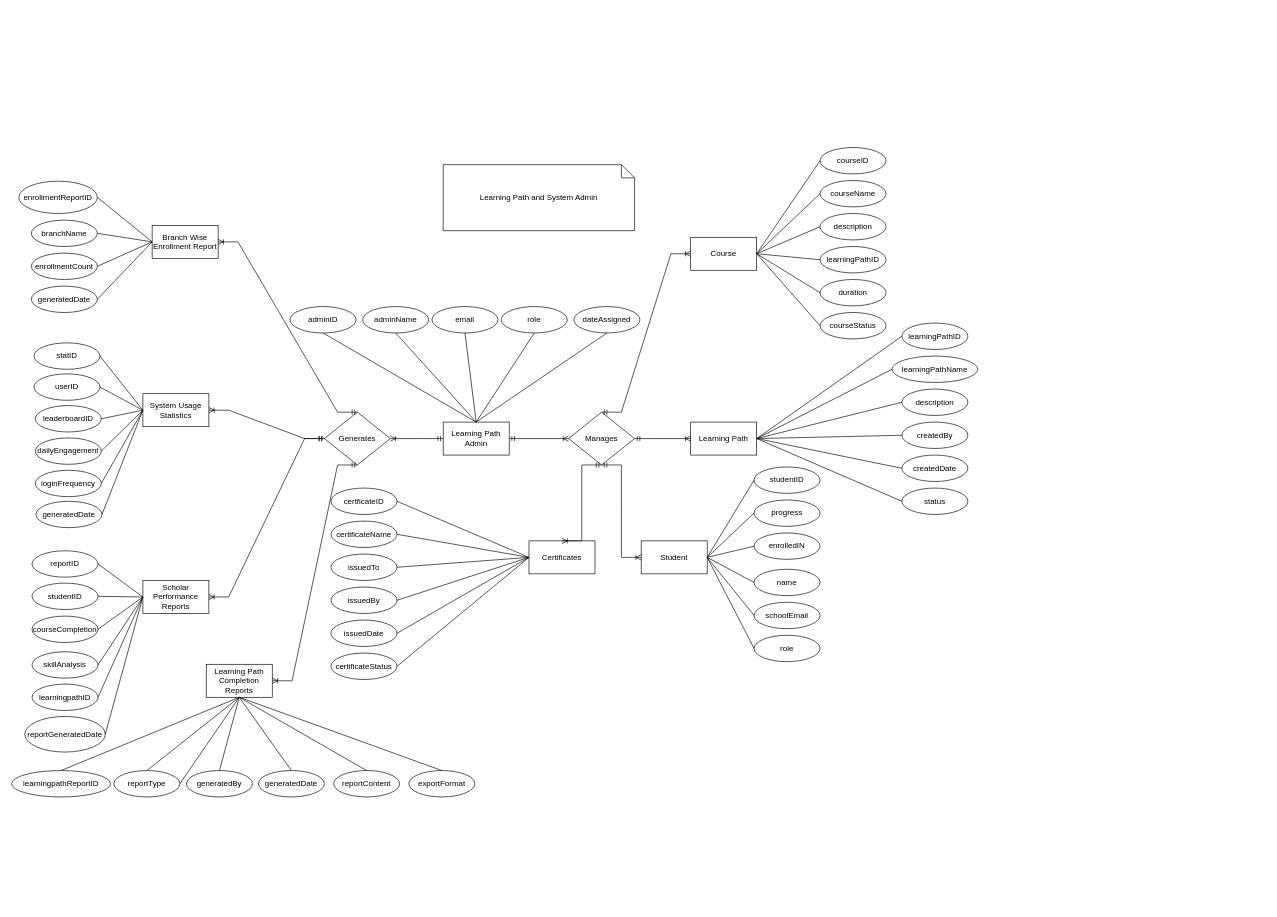
Before: page "Page-4" (2 of 3) of SL-Activities/Task121/.drawio in rnrhltn/javanc3uc1, a draw.io diagram. Source tidied: cells renumbered, new cells numbered last; positions are measured from the earlier drawing's top-left corner, leaving out a move shared by most shapes. Both pictures are drawn from the tidied source at 66%, with x=0, y=0 at pixel (11, 147).
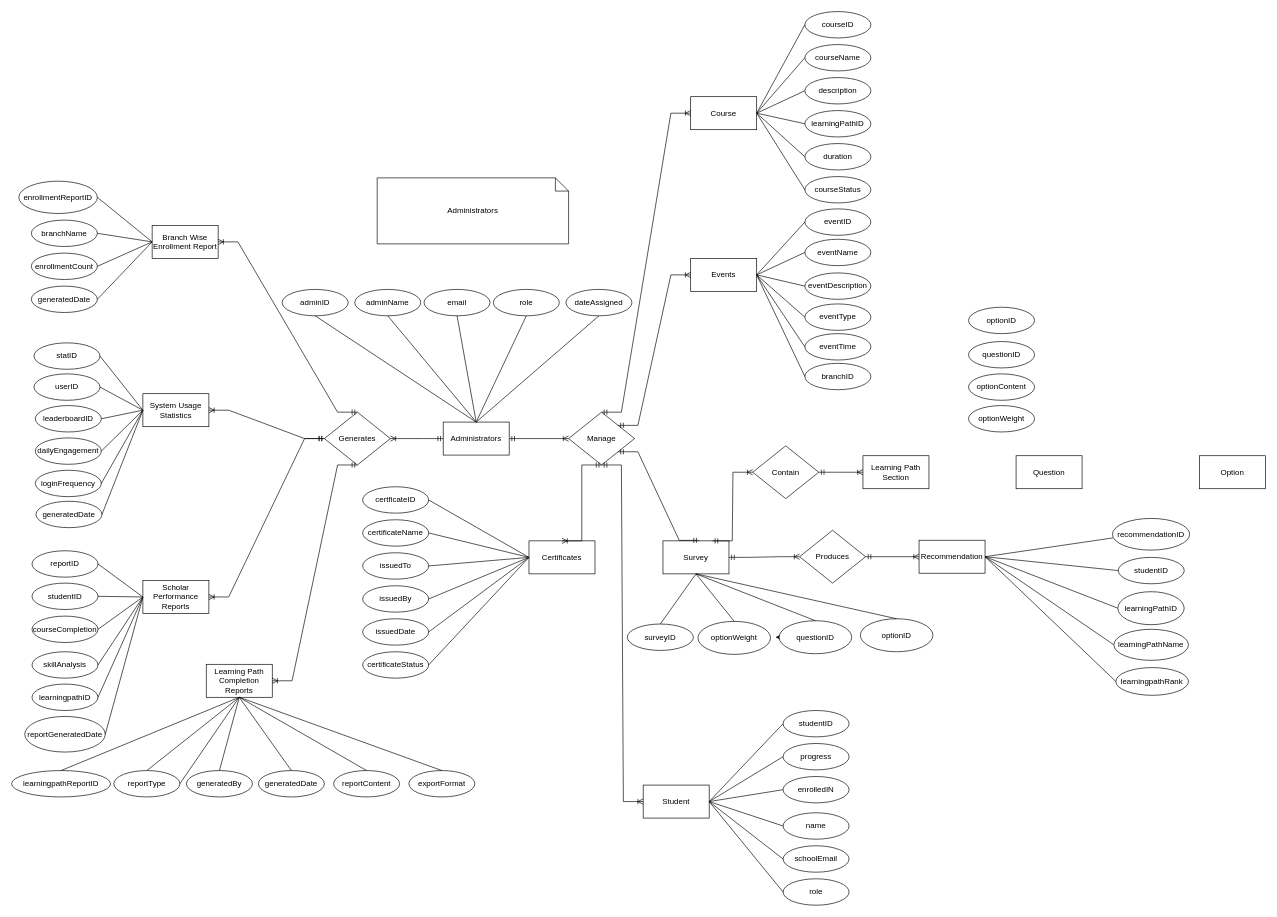
The same page after the edit.

What changed in the source:
```diff
@@
-    <mxCell id="2" value="Learning Path and System Admin" style="shape=note;size=20;whiteSpace=wrap;html=1;" parent="1" vertex="1">
-      <mxGeometry x="654" y="26" width="290" height="100" as="geometry" />
+    <mxCell id="2" value="Administrators" style="shape=note;size=20;whiteSpace=wrap;html=1;" parent="1" vertex="1">
+      <mxGeometry x="554" y="46" width="290" height="100" as="geometry" />
     </mxCell>
-    <mxCell id="3" value="Learning Path Admin" style="html=1;dashed=0;whiteSpace=wrap;" parent="1" vertex="1">
+    <mxCell id="3" value="Administrators" style="html=1;dashed=0;whiteSpace=wrap;" parent="1" vertex="1">
       <mxGeometry x="654" y="416" width="100" height="50" as="geometry" />
     </mxCell>
-    <mxCell id="4" value="Manages" style="shape=rhombus;html=1;dashed=0;whiteSpace=wrap;perimeter=rhombusPerimeter;" parent="1" vertex="1">
+    <mxCell id="4" value="Manage" style="shape=rhombus;html=1;dashed=0;whiteSpace=wrap;perimeter=rhombusPerimeter;" parent="1" vertex="1">
       <mxGeometry x="844" y="401" width="100" height="80" as="geometry" />
     </mxCell>
-    <mxCell id="5" value="Learning Path" style="html=1;dashed=0;whiteSpace=wrap;" parent="1" vertex="1">
-      <mxGeometry x="1029" y="416" width="100" height="50" as="geometry" />
+    <mxCell id="5" value="Recommendation" style="html=1;dashed=0;whiteSpace=wrap;" parent="1" vertex="1">
+      <mxGeometry x="1375" y="595" width="100" height="50" as="geometry" />
     </mxCell>
     <mxCell id="6" value="Course" style="html=1;dashed=0;whiteSpace=wrap;" parent="1" vertex="1">
-      <mxGeometry x="1029" y="136" width="100" height="50" as="geometry" />
+      <mxGeometry x="1029" y="-77" width="100" height="50" as="geometry" />
     </mxCell>
     <mxCell id="7" value="Student" style="html=1;dashed=0;whiteSpace=wrap;" parent="1" vertex="1">
-      <mxGeometry x="954" y="596" width="100" height="50" as="geometry" />
+      <mxGeometry x="957" y="966" width="100" height="50" as="geometry" />
     </mxCell>
@@
-    <mxCell id="9" style="edgeStyle=entityRelationEdgeStyle;fontSize=12;html=1;endArrow=ERoneToMany;startArrow=ERmandOne;rounded=0;exitX=1;exitY=0.5;exitDx=0;exitDy=0;entryX=0;entryY=0.5;entryDx=0;entryDy=0;" parent="1" edge="1" source="4" target="5">
-      <mxGeometry relative="1" as="geometry" />
-    </mxCell>
@@
     <mxCell id="20" value="adminID" style="ellipse;whiteSpace=wrap;html=1;align=center;" parent="1" vertex="1">
-      <mxGeometry x="422" y="241" width="100" height="40" as="geometry" />
+      <mxGeometry x="410" y="215" width="100" height="40" as="geometry" />
     </mxCell>
     <mxCell id="21" value="adminName" style="ellipse;whiteSpace=wrap;html=1;align=center;" parent="1" vertex="1">
-      <mxGeometry x="532" y="241" width="100" height="40" as="geometry" />
+      <mxGeometry x="520" y="215" width="100" height="40" as="geometry" />
     </mxCell>
     <mxCell id="22" value="email" style="ellipse;whiteSpace=wrap;html=1;align=center;" parent="1" vertex="1">
-      <mxGeometry x="637" y="241" width="100" height="40" as="geometry" />
+      <mxGeometry x="625" y="215" width="100" height="40" as="geometry" />
     </mxCell>
     <mxCell id="23" value="role" style="ellipse;whiteSpace=wrap;html=1;align=center;" parent="1" vertex="1">
-      <mxGeometry x="742" y="241" width="100" height="40" as="geometry" />
+      <mxGeometry x="730" y="215" width="100" height="40" as="geometry" />
     </mxCell>
     <mxCell id="24" value="dateAssigned" style="ellipse;whiteSpace=wrap;html=1;align=center;" parent="1" vertex="1">
-      <mxGeometry x="852" y="241" width="100" height="40" as="geometry" />
+      <mxGeometry x="840" y="215" width="100" height="40" as="geometry" />
     </mxCell>
@@
-    <mxCell id="36" value="learningPathID" style="ellipse;whiteSpace=wrap;html=1;align=center;" parent="1" vertex="1">
-      <mxGeometry x="1349" y="266" width="100" height="40" as="geometry" />
-    </mxCell>
-    <mxCell id="37" value="learningPathName" style="ellipse;whiteSpace=wrap;html=1;align=center;" parent="1" vertex="1">
-      <mxGeometry x="1334" y="316" width="130" height="40" as="geometry" />
-    </mxCell>
-    <mxCell id="38" value="description" style="ellipse;whiteSpace=wrap;html=1;align=center;" parent="1" vertex="1">
-      <mxGeometry x="1349" y="366" width="100" height="40" as="geometry" />
-    </mxCell>
-    <mxCell id="39" value="createdBy" style="ellipse;whiteSpace=wrap;html=1;align=center;" parent="1" vertex="1">
-      <mxGeometry x="1349" y="416" width="100" height="40" as="geometry" />
-    </mxCell>
-    <mxCell id="40" value="createdDate" style="ellipse;whiteSpace=wrap;html=1;align=center;" parent="1" vertex="1">
-      <mxGeometry x="1349" y="466" width="100" height="40" as="geometry" />
-    </mxCell>
-    <mxCell id="41" value="status" style="ellipse;whiteSpace=wrap;html=1;align=center;" parent="1" vertex="1">
-      <mxGeometry x="1349" y="516" width="100" height="40" as="geometry" />
-    </mxCell>
-    <mxCell id="42" style="endArrow=none;html=1;rounded=0;entryX=0;entryY=0.5;entryDx=0;entryDy=0;exitX=1;exitY=0.5;exitDx=0;exitDy=0;" parent="1" edge="1" source="5" target="36">
+    <mxCell id="42" style="endArrow=none;html=1;rounded=0;exitX=1;exitY=0.5;exitDx=0;exitDy=0;entryX=0.007;entryY=0.615;entryDx=0;entryDy=0;entryPerimeter=0;" parent="1" edge="1" source="5" target="162">
       <mxGeometry relative="1" as="geometry" />
     </mxCell>
-    <mxCell id="43" style="endArrow=none;html=1;rounded=0;entryX=0;entryY=0.5;entryDx=0;entryDy=0;exitX=1;exitY=0.5;exitDx=0;exitDy=0;" parent="1" edge="1" source="5" target="37">
+    <mxCell id="43" style="endArrow=none;html=1;rounded=0;entryX=0;entryY=0.5;entryDx=0;entryDy=0;exitX=1;exitY=0.5;exitDx=0;exitDy=0;" parent="1" edge="1" source="5" target="163">
       <mxGeometry relative="1" as="geometry" />
     </mxCell>
-    <mxCell id="44" style="endArrow=none;html=1;rounded=0;entryX=0;entryY=0.5;entryDx=0;entryDy=0;exitX=1;exitY=0.5;exitDx=0;exitDy=0;" parent="1" edge="1" source="5" target="38">
+    <mxCell id="44" style="endArrow=none;html=1;rounded=0;entryX=0;entryY=0.5;entryDx=0;entryDy=0;exitX=1;exitY=0.5;exitDx=0;exitDy=0;" parent="1" edge="1" source="5" target="36">
       <mxGeometry relative="1" as="geometry" />
     </mxCell>
-    <mxCell id="45" style="endArrow=none;html=1;rounded=0;entryX=0;entryY=0.5;entryDx=0;entryDy=0;exitX=1;exitY=0.5;exitDx=0;exitDy=0;" parent="1" edge="1" source="5" target="39">
+    <mxCell id="45" style="endArrow=none;html=1;rounded=0;entryX=0;entryY=0.5;entryDx=0;entryDy=0;exitX=1;exitY=0.5;exitDx=0;exitDy=0;" parent="1" edge="1" source="5" target="37">
       <mxGeometry relative="1" as="geometry" />
     </mxCell>
-    <mxCell id="46" style="endArrow=none;html=1;rounded=0;entryX=0;entryY=0.5;entryDx=0;entryDy=0;exitX=1;exitY=0.5;exitDx=0;exitDy=0;" parent="1" edge="1" source="5" target="40">
+    <mxCell id="46" style="endArrow=none;html=1;rounded=0;exitX=1;exitY=0.5;exitDx=0;exitDy=0;entryX=0;entryY=0.5;entryDx=0;entryDy=0;" parent="1" edge="1" source="5" target="164">
       <mxGeometry relative="1" as="geometry" />
     </mxCell>
-    <mxCell id="47" style="endArrow=none;html=1;rounded=0;entryX=0;entryY=0.5;entryDx=0;entryDy=0;exitX=1;exitY=0.5;exitDx=0;exitDy=0;" parent="1" edge="1" source="5" target="41">
-      <mxGeometry relative="1" as="geometry" />
-    </mxCell>
     <mxCell id="48" value="studentID" style="ellipse;whiteSpace=wrap;html=1;align=center;" parent="1" vertex="1">
-      <mxGeometry x="1125" y="484" width="100" height="40" as="geometry" />
+      <mxGeometry x="1169" y="853" width="100" height="40" as="geometry" />
     </mxCell>
     <mxCell id="49" value="name" style="ellipse;whiteSpace=wrap;html=1;align=center;" parent="1" vertex="1">
-      <mxGeometry x="1125" y="639" width="100" height="40" as="geometry" />
+      <mxGeometry x="1169" y="1008" width="100" height="40" as="geometry" />
     </mxCell>
     <mxCell id="50" value="schoolEmail" style="ellipse;whiteSpace=wrap;html=1;align=center;" parent="1" vertex="1">
-      <mxGeometry x="1125" y="689" width="100" height="40" as="geometry" />
+      <mxGeometry x="1169" y="1058" width="100" height="40" as="geometry" />
     </mxCell>
     <mxCell id="51" value="role" style="ellipse;whiteSpace=wrap;html=1;align=center;" parent="1" vertex="1">
-      <mxGeometry x="1125" y="739" width="100" height="40" as="geometry" />
+      <mxGeometry x="1169" y="1108" width="100" height="40" as="geometry" />
     </mxCell>
     <mxCell id="52" value="enrolledIN" style="ellipse;whiteSpace=wrap;html=1;align=center;" parent="1" vertex="1">
-      <mxGeometry x="1125" y="584" width="100" height="40" as="geometry" />
+      <mxGeometry x="1169" y="953" width="100" height="40" as="geometry" />
     </mxCell>
     <mxCell id="53" value="progress" style="ellipse;whiteSpace=wrap;html=1;align=center;" parent="1" vertex="1">
-      <mxGeometry x="1125" y="534" width="100" height="40" as="geometry" />
+      <mxGeometry x="1169" y="903" width="100" height="40" as="geometry" />
     </mxCell>
@@
     <mxCell id="60" value="&lt;div&gt;courseID&lt;/div&gt;" style="ellipse;whiteSpace=wrap;html=1;align=center;" parent="1" vertex="1">
-      <mxGeometry x="1225" width="100" height="40" as="geometry" />
+      <mxGeometry x="1202" y="-206" width="100" height="40" as="geometry" />
     </mxCell>
     <mxCell id="61" value="&lt;div&gt;courseName&lt;/div&gt;" style="ellipse;whiteSpace=wrap;html=1;align=center;" parent="1" vertex="1">
-      <mxGeometry x="1225" y="50" width="100" height="40" as="geometry" />
+      <mxGeometry x="1202" y="-156" width="100" height="40" as="geometry" />
     </mxCell>
     <mxCell id="62" value="&lt;div&gt;description&lt;/div&gt;" style="ellipse;whiteSpace=wrap;html=1;align=center;" parent="1" vertex="1">
-      <mxGeometry x="1225" y="100" width="100" height="40" as="geometry" />
+      <mxGeometry x="1202" y="-106" width="100" height="40" as="geometry" />
     </mxCell>
     <mxCell id="63" value="&lt;div&gt;learningPathID&lt;/div&gt;" style="ellipse;whiteSpace=wrap;html=1;align=center;" parent="1" vertex="1">
-      <mxGeometry x="1225" y="150" width="100" height="40" as="geometry" />
+      <mxGeometry x="1202" y="-56" width="100" height="40" as="geometry" />
     </mxCell>
     <mxCell id="64" value="&lt;div&gt;courseStatus&lt;/div&gt;" style="ellipse;whiteSpace=wrap;html=1;align=center;" parent="1" vertex="1">
-      <mxGeometry x="1225" y="250" width="100" height="40" as="geometry" />
+      <mxGeometry x="1202" y="44" width="100" height="40" as="geometry" />
     </mxCell>
@@
     <mxCell id="70" value="&lt;div&gt;duration&lt;/div&gt;" style="ellipse;whiteSpace=wrap;html=1;align=center;" parent="1" vertex="1">
-      <mxGeometry x="1225" y="200" width="100" height="40" as="geometry" />
+      <mxGeometry x="1202" y="-6" width="100" height="40" as="geometry" />
     </mxCell>
@@
     <mxCell id="73" value="certficateID" style="ellipse;whiteSpace=wrap;html=1;align=center;" parent="1" vertex="1">
-      <mxGeometry x="484" y="516" width="100" height="40" as="geometry" />
+      <mxGeometry x="532" y="514" width="100" height="40" as="geometry" />
     </mxCell>
@@
     <mxCell id="75" value="certificateName" style="ellipse;whiteSpace=wrap;html=1;align=center;" parent="1" vertex="1">
-      <mxGeometry x="484" y="566" width="100" height="40" as="geometry" />
+      <mxGeometry x="532" y="564" width="100" height="40" as="geometry" />
     </mxCell>
     <mxCell id="76" value="issuedTo" style="ellipse;whiteSpace=wrap;html=1;align=center;" parent="1" vertex="1">
-      <mxGeometry x="484" y="616" width="100" height="40" as="geometry" />
+      <mxGeometry x="532" y="614" width="100" height="40" as="geometry" />
     </mxCell>
     <mxCell id="77" value="issuedBy" style="ellipse;whiteSpace=wrap;html=1;align=center;" parent="1" vertex="1">
-      <mxGeometry x="484" y="666" width="100" height="40" as="geometry" />
+      <mxGeometry x="532" y="664" width="100" height="40" as="geometry" />
     </mxCell>
     <mxCell id="78" value="issuedDate" style="ellipse;whiteSpace=wrap;html=1;align=center;" parent="1" vertex="1">
-      <mxGeometry x="484" y="716" width="100" height="40" as="geometry" />
+      <mxGeometry x="532" y="714" width="100" height="40" as="geometry" />
     </mxCell>
     <mxCell id="79" value="certificateStatus" style="ellipse;whiteSpace=wrap;html=1;align=center;" parent="1" vertex="1">
-      <mxGeometry x="484" y="766" width="100" height="40" as="geometry" />
+      <mxGeometry x="532" y="764" width="100" height="40" as="geometry" />
     </mxCell>
@@
+    <mxCell id="128" value="eventDescription" style="ellipse;whiteSpace=wrap;html=1;align=center;" parent="1" vertex="1">
+      <mxGeometry x="1202" y="190" width="100" height="40" as="geometry" />
+    </mxCell>
+    <mxCell id="129" value="eventTime" style="ellipse;whiteSpace=wrap;html=1;align=center;" parent="1" vertex="1">
+      <mxGeometry x="1202" y="282" width="100" height="40" as="geometry" />
+    </mxCell>
+    <mxCell id="130" value="eventType" style="ellipse;whiteSpace=wrap;html=1;align=center;" parent="1" vertex="1">
+      <mxGeometry x="1202" y="237" width="100" height="40" as="geometry" />
+    </mxCell>
+    <mxCell id="131" value="branchID" style="ellipse;whiteSpace=wrap;html=1;align=center;" parent="1" vertex="1">
+      <mxGeometry x="1202" y="327" width="100" height="40" as="geometry" />
+    </mxCell>
+    <mxCell id="132" style="edgeStyle=orthogonalEdgeStyle;rounded=0;jettySize=auto;html=1;exitX=0;exitY=0.5;exitDx=0;exitDy=0;" parent="1" edge="1" source="133">
+      <mxGeometry relative="1" as="geometry">
+        <mxPoint x="1157.5" y="742.3" as="targetPoint" />
+      </mxGeometry>
+    </mxCell>
+    <mxCell id="133" value="questionID" style="ellipse;whiteSpace=wrap;html=1;align=center;" parent="1" vertex="1">
+      <mxGeometry x="1163" y="717" width="110" height="50" as="geometry" />
+    </mxCell>
+    <mxCell id="134" value="optionWeight" style="ellipse;whiteSpace=wrap;html=1;align=center;" parent="1" vertex="1">
+      <mxGeometry x="1040" y="718" width="110" height="50" as="geometry" />
+    </mxCell>
+    <mxCell id="135" value="Events" style="html=1;dashed=0;whiteSpace=wrap;" parent="1" vertex="1">
+      <mxGeometry x="1029" y="168" width="100" height="50" as="geometry" />
+    </mxCell>
+    <mxCell id="136" style="edgeStyle=entityRelationEdgeStyle;fontSize=12;html=1;endArrow=ERoneToMany;startArrow=ERmandOne;rounded=0;entryX=0;entryY=0.5;entryDx=0;entryDy=0;exitX=1;exitY=0;exitDx=0;exitDy=0;" parent="1" edge="1" source="4" target="135">
+      <mxGeometry relative="1" as="geometry" />
+    </mxCell>
+    <mxCell id="137" value="eventID" style="ellipse;whiteSpace=wrap;html=1;align=center;" parent="1" vertex="1">
+      <mxGeometry x="1202" y="93" width="100" height="40" as="geometry" />
+    </mxCell>
+    <mxCell id="138" value="eventName" style="ellipse;whiteSpace=wrap;html=1;align=center;" parent="1" vertex="1">
+      <mxGeometry x="1202" y="139" width="100" height="40" as="geometry" />
+    </mxCell>
+    <mxCell id="139" style="endArrow=none;html=1;rounded=0;exitX=1;exitY=0.5;exitDx=0;exitDy=0;entryX=0;entryY=0.5;entryDx=0;entryDy=0;" parent="1" edge="1" source="135" target="137">
+      <mxGeometry relative="1" as="geometry" />
+    </mxCell>
+    <mxCell id="140" style="endArrow=none;html=1;rounded=0;entryX=0;entryY=0.5;entryDx=0;entryDy=0;exitX=1;exitY=0.5;exitDx=0;exitDy=0;" parent="1" edge="1" source="135" target="138">
+      <mxGeometry relative="1" as="geometry" />
+    </mxCell>
+    <mxCell id="141" style="endArrow=none;html=1;rounded=0;exitX=1;exitY=0.5;exitDx=0;exitDy=0;entryX=0;entryY=0.5;entryDx=0;entryDy=0;" parent="1" edge="1" source="135" target="128">
+      <mxGeometry relative="1" as="geometry" />
+    </mxCell>
+    <mxCell id="142" style="endArrow=none;html=1;rounded=0;exitX=1;exitY=0.5;exitDx=0;exitDy=0;entryX=0;entryY=0.5;entryDx=0;entryDy=0;" parent="1" edge="1" source="135" target="130">
+      <mxGeometry relative="1" as="geometry" />
+    </mxCell>
+    <mxCell id="143" style="endArrow=none;html=1;rounded=0;entryX=0;entryY=0.5;entryDx=0;entryDy=0;exitX=1;exitY=0.5;exitDx=0;exitDy=0;" parent="1" edge="1" source="135" target="129">
+      <mxGeometry relative="1" as="geometry" />
+    </mxCell>
+    <mxCell id="144" style="endArrow=none;html=1;rounded=0;exitX=0;exitY=0.5;exitDx=0;exitDy=0;entryX=1;entryY=0.5;entryDx=0;entryDy=0;" parent="1" edge="1" source="131" target="135">
+      <mxGeometry relative="1" as="geometry" />
+    </mxCell>
+    <mxCell id="145" value="Survey" style="html=1;dashed=0;whiteSpace=wrap;" parent="1" vertex="1">
+      <mxGeometry x="987" y="596" width="100" height="50" as="geometry" />
+    </mxCell>
+    <mxCell id="146" style="edgeStyle=entityRelationEdgeStyle;fontSize=12;html=1;endArrow=ERmandOne;startArrow=ERmandOne;rounded=0;exitX=1;exitY=1;exitDx=0;exitDy=0;entryX=0.547;entryY=-0.015;entryDx=0;entryDy=0;entryPerimeter=0;" parent="1" edge="1" source="4" target="145">
+      <mxGeometry relative="1" as="geometry" />
+    </mxCell>
+    <mxCell id="147" value="surveyID" style="ellipse;whiteSpace=wrap;html=1;align=center;" parent="1" vertex="1">
+      <mxGeometry x="933" y="722" width="100" height="40" as="geometry" />
+    </mxCell>
+    <mxCell id="148" style="endArrow=none;html=1;rounded=0;entryX=0.5;entryY=0;entryDx=0;entryDy=0;exitX=0.5;exitY=1;exitDx=0;exitDy=0;" parent="1" edge="1" source="145" target="147">
+      <mxGeometry relative="1" as="geometry" />
+    </mxCell>
+    <mxCell id="149" style="endArrow=none;html=1;rounded=0;exitX=0.5;exitY=1;exitDx=0;exitDy=0;entryX=0.5;entryY=0;entryDx=0;entryDy=0;" parent="1" edge="1" source="145" target="133">
+      <mxGeometry relative="1" as="geometry" />
+    </mxCell>
+    <mxCell id="150" style="endArrow=none;html=1;rounded=0;entryX=0.5;entryY=0;entryDx=0;entryDy=0;exitX=0.5;exitY=1;exitDx=0;exitDy=0;" parent="1" edge="1" source="145" target="134">
+      <mxGeometry relative="1" as="geometry" />
+    </mxCell>
+    <mxCell id="151" value="Produces" style="shape=rhombus;html=1;dashed=0;whiteSpace=wrap;perimeter=rhombusPerimeter;" parent="1" vertex="1">
+      <mxGeometry x="1194" y="580" width="100" height="80" as="geometry" />
+    </mxCell>
+    <mxCell id="152" style="edgeStyle=entityRelationEdgeStyle;fontSize=12;html=1;endArrow=ERoneToMany;startArrow=ERmandOne;rounded=0;exitX=1;exitY=0.5;exitDx=0;exitDy=0;entryX=0;entryY=0.5;entryDx=0;entryDy=0;" parent="1" edge="1" source="145" target="151">
+      <mxGeometry relative="1" as="geometry" />
+    </mxCell>
+    <mxCell id="153" style="edgeStyle=entityRelationEdgeStyle;fontSize=12;html=1;endArrow=ERoneToMany;startArrow=ERmandOne;rounded=0;exitX=1;exitY=0.5;exitDx=0;exitDy=0;entryX=0;entryY=0.5;entryDx=0;entryDy=0;" parent="1" edge="1" source="151" target="5">
+      <mxGeometry relative="1" as="geometry" />
+    </mxCell>
+    <mxCell id="154" value="Contain" style="shape=rhombus;html=1;dashed=0;whiteSpace=wrap;perimeter=rhombusPerimeter;" parent="1" vertex="1">
+      <mxGeometry x="1123" y="452" width="100" height="80" as="geometry" />
+    </mxCell>
+    <mxCell id="155" style="edgeStyle=entityRelationEdgeStyle;fontSize=12;html=1;endArrow=ERoneToMany;startArrow=ERmandOne;rounded=0;exitX=0.75;exitY=0;exitDx=0;exitDy=0;entryX=0;entryY=0.5;entryDx=0;entryDy=0;" parent="1" edge="1" source="145" target="154">
+      <mxGeometry relative="1" as="geometry" />
+    </mxCell>
+    <mxCell id="156" value="Learning Path Section" style="html=1;dashed=0;whiteSpace=wrap;" parent="1" vertex="1">
+      <mxGeometry x="1290" y="467" width="100" height="50" as="geometry" />
+    </mxCell>
+    <mxCell id="157" style="edgeStyle=entityRelationEdgeStyle;fontSize=12;html=1;endArrow=ERoneToMany;startArrow=ERmandOne;rounded=0;entryX=0;entryY=0.5;entryDx=0;entryDy=0;exitX=1;exitY=0.5;exitDx=0;exitDy=0;" parent="1" edge="1" source="154" target="156">
+      <mxGeometry relative="1" as="geometry" />
+    </mxCell>
+    <mxCell id="158" value="questionID" style="ellipse;whiteSpace=wrap;html=1;align=center;" parent="1" vertex="1">
+      <mxGeometry x="1450" y="294" width="100" height="40" as="geometry" />
+    </mxCell>
+    <mxCell id="159" value="optionWeight" style="ellipse;whiteSpace=wrap;html=1;align=center;" parent="1" vertex="1">
+      <mxGeometry x="1450" y="391" width="100" height="40" as="geometry" />
+    </mxCell>
+    <mxCell id="160" value="optionContent" style="ellipse;whiteSpace=wrap;html=1;align=center;" parent="1" vertex="1">
+      <mxGeometry x="1450" y="343" width="100" height="40" as="geometry" />
+    </mxCell>
+    <mxCell id="161" value="optionID" style="ellipse;whiteSpace=wrap;html=1;align=center;" parent="1" vertex="1">
+      <mxGeometry x="1450" y="242" width="100" height="40" as="geometry" />
+    </mxCell>
+    <mxCell id="37" value="learningPathName" style="ellipse;whiteSpace=wrap;html=1;align=center;" parent="1" vertex="1">
+      <mxGeometry x="1670.2" y="730" width="113" height="47" as="geometry" />
+    </mxCell>
+    <mxCell id="162" value="recommendationID" style="ellipse;whiteSpace=wrap;html=1;align=center;" parent="1" vertex="1">
+      <mxGeometry x="1668" y="562" width="117" height="48" as="geometry" />
+    </mxCell>
+    <mxCell id="163" value="studentID" style="ellipse;whiteSpace=wrap;html=1;align=center;" parent="1" vertex="1">
+      <mxGeometry x="1676.8" y="621" width="100" height="40" as="geometry" />
+    </mxCell>
+    <mxCell id="36" value="learningPathID" style="ellipse;whiteSpace=wrap;html=1;align=center;" parent="1" vertex="1">
+      <mxGeometry x="1676.2" y="673" width="100.5" height="50" as="geometry" />
+    </mxCell>
+    <mxCell id="164" value="learningpathRank" style="ellipse;whiteSpace=wrap;html=1;align=center;" parent="1" vertex="1">
+      <mxGeometry x="1673.2" y="788" width="110" height="42" as="geometry" />
+    </mxCell>
+    <mxCell id="165" value="optionID" style="ellipse;whiteSpace=wrap;html=1;align=center;" parent="1" vertex="1">
+      <mxGeometry x="1286" y="714" width="110" height="50" as="geometry" />
+    </mxCell>
+    <mxCell id="166" style="endArrow=none;html=1;rounded=0;exitX=0.5;exitY=1;exitDx=0;exitDy=0;entryX=0.5;entryY=0;entryDx=0;entryDy=0;" parent="1" edge="1" source="145" target="165">
+      <mxGeometry relative="1" as="geometry" />
+    </mxCell>
+    <mxCell id="167" value="Question" style="html=1;dashed=0;whiteSpace=wrap;" parent="1" vertex="1">
+      <mxGeometry x="1522" y="467" width="100" height="50" as="geometry" />
+    </mxCell>
+    <mxCell id="168" value="Option" style="html=1;dashed=0;whiteSpace=wrap;" parent="1" vertex="1">
+      <mxGeometry x="1800" y="467" width="100" height="50" as="geometry" />
+    </mxCell>
```
